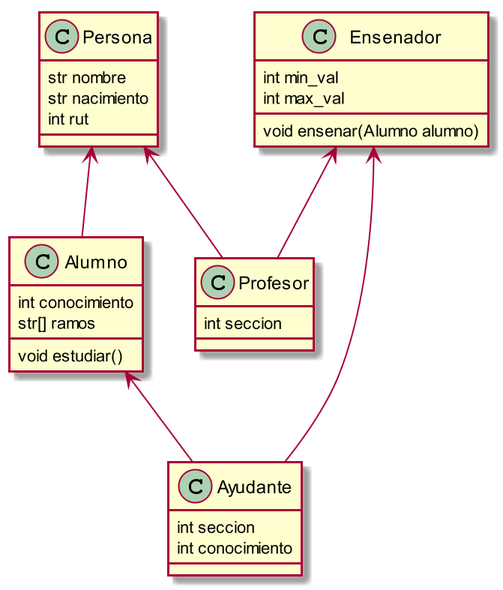
Before: Actividades/AC01/uml_diagram.png, a diagram exported from PlantUML (contranton/IIC2233).
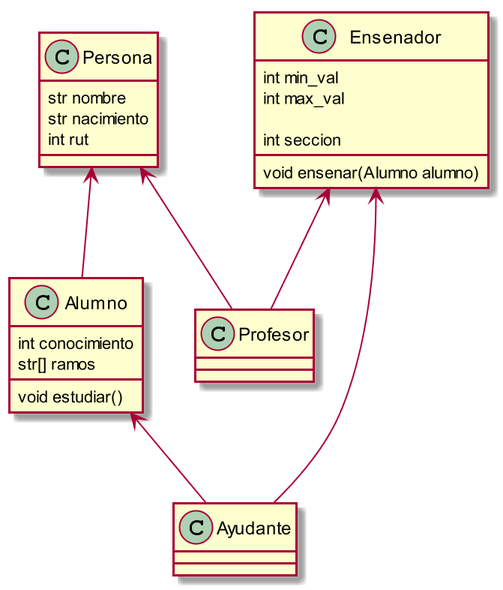
After the change.

The edit, as a diff of the source:
```diff
@@ -11,6 +11,8 @@
       int min_val
       int max_val
 
+      int seccion
+
       void ensenar(Alumno alumno)
 }
 
@@ -23,12 +25,9 @@
 }
 
 class Profesor{
-      int seccion
 }
 
 class Ayudante{
-      int seccion
-      int conocimiento
 
 }
 Persona <-- Alumno
```
